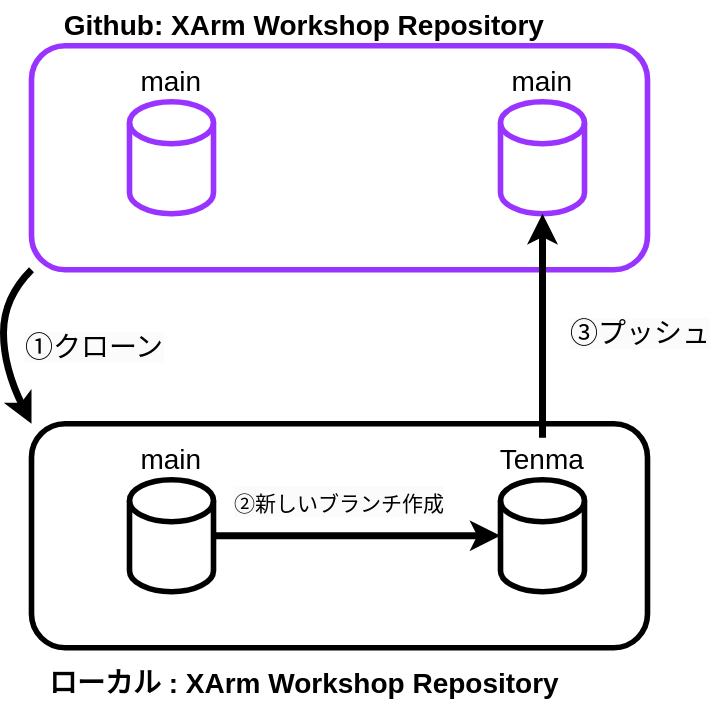
Above: assets/git_flow.svg in TenmaUchiyama/xArmWorkshop (draw.io), before the change. Source tidied: cells renumbered, new cells last; positions are measured from the earlier drawing's top-left corner, leaving out a move shared by most shapes.
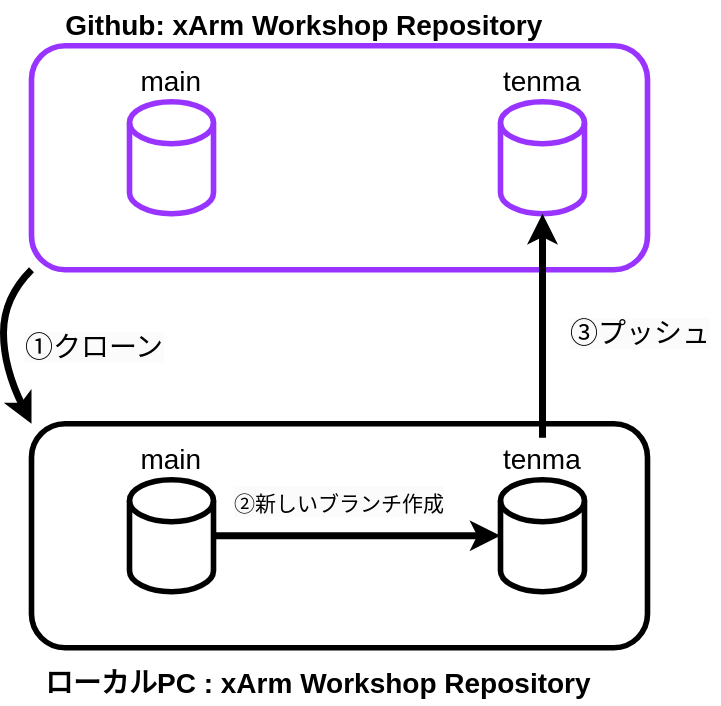
The same file after the commit.

What changed in the source:
```diff
@@ -5,7 +5,7 @@
     <mxCell id="2" style="rounded=1;whiteSpace=wrap;html=1;strokeWidth=4;strokeColor=#9933FF;gradientColor=none;fillColor=none;" parent="1" vertex="1">
       <mxGeometry x="20" y="30" width="440" height="160" as="geometry" />
     </mxCell>
-    <mxCell id="3" value="&lt;font style=&quot;font-size: 20px;&quot;&gt;&lt;b&gt;Github: XArm Workshop Repository&lt;/b&gt;&lt;/font&gt;" style="text;html=1;strokeColor=none;fillColor=none;align=center;verticalAlign=middle;whiteSpace=wrap;rounded=0;strokeWidth=4;" parent="1" vertex="1">
+    <mxCell id="3" value="&lt;font style=&quot;font-size: 20px;&quot;&gt;&lt;b&gt;Github: xArm Workshop Repository&lt;/b&gt;&lt;/font&gt;" style="text;html=1;strokeColor=none;fillColor=none;align=center;verticalAlign=middle;whiteSpace=wrap;rounded=0;strokeWidth=4;" parent="1" vertex="1">
       <mxGeometry x="20" width="390" height="30" as="geometry" />
     </mxCell>
     <mxCell id="4" style="shape=cylinder3;whiteSpace=wrap;html=1;boundedLbl=1;backgroundOutline=1;size=15;strokeColor=#9933FF;strokeWidth=4;fontSize=20;fillColor=none;gradientColor=none;" parent="1" vertex="1">
@@ -17,8 +17,8 @@
     <mxCell id="6" style="rounded=1;whiteSpace=wrap;html=1;strokeWidth=4;strokeColor=#000000;gradientColor=none;fillColor=none;" parent="1" vertex="1">
       <mxGeometry x="20" y="300" width="440" height="160" as="geometry" />
     </mxCell>
-    <mxCell id="7" value="&lt;font style=&quot;font-size: 20px;&quot;&gt;&lt;b&gt;ローカル : XArm Workshop Repository&lt;/b&gt;&lt;/font&gt;" style="text;html=1;strokeColor=none;fillColor=none;align=center;verticalAlign=middle;whiteSpace=wrap;rounded=0;strokeWidth=4;" parent="1" vertex="1">
-      <mxGeometry x="20" y="470" width="390" height="30" as="geometry" />
+    <mxCell id="7" value="&lt;font style=&quot;font-size: 20px;&quot;&gt;&lt;b&gt;ローカルPC : xArm Workshop Repository&lt;/b&gt;&lt;/font&gt;" style="text;html=1;strokeColor=none;fillColor=none;align=center;verticalAlign=middle;whiteSpace=wrap;rounded=0;strokeWidth=4;" parent="1" vertex="1">
+      <mxGeometry x="20" y="470" width="410" height="30" as="geometry" />
     </mxCell>
     <mxCell id="8" style="shape=cylinder3;whiteSpace=wrap;html=1;boundedLbl=1;backgroundOutline=1;size=15;strokeColor=#000000;strokeWidth=4;fontSize=20;fillColor=none;gradientColor=none;" parent="1" vertex="1">
       <mxGeometry x="90" y="340" width="60" height="80" as="geometry" />
@@ -43,7 +43,7 @@
     <mxCell id="13" style="endArrow=classic;html=1;strokeWidth=5;fontSize=20;exitX=1;exitY=0.5;exitDx=0;exitDy=0;exitPerimeter=0;entryX=0;entryY=0.5;entryDx=0;entryDy=0;entryPerimeter=0;" parent="1" edge="1" source="8" target="12">
       <mxGeometry relative="1" as="geometry" />
     </mxCell>
-    <mxCell id="14" value="Tenma" style="text;html=1;strokeColor=none;fillColor=none;align=center;verticalAlign=middle;whiteSpace=wrap;rounded=0;strokeWidth=4;fontSize=20;" parent="1" vertex="1">
+    <mxCell id="14" value="tenma" style="text;html=1;strokeColor=none;fillColor=none;align=center;verticalAlign=middle;whiteSpace=wrap;rounded=0;strokeWidth=4;fontSize=20;" parent="1" vertex="1">
       <mxGeometry x="355" y="310" width="60" height="30" as="geometry" />
     </mxCell>
     <mxCell id="15" value="&lt;span style=&quot;color: rgb(0, 0, 0); font-family: Helvetica; font-style: normal; font-variant-ligatures: normal; font-variant-caps: normal; font-weight: 400; letter-spacing: normal; orphans: 2; text-align: center; text-indent: 0px; text-transform: none; widows: 2; word-spacing: 0px; -webkit-text-stroke-width: 0px; background-color: rgb(251, 251, 251); text-decoration-thickness: initial; text-decoration-style: initial; text-decoration-color: initial; float: none; display: inline !important;&quot;&gt;&lt;font style=&quot;font-size: 15px;&quot;&gt;②新しいブランチ作成&lt;/font&gt;&lt;br&gt;&lt;/span&gt;" style="text;html=1;strokeColor=none;fillColor=none;align=center;verticalAlign=middle;whiteSpace=wrap;rounded=0;strokeWidth=7;fontSize=20;" parent="1" vertex="1">
@@ -52,7 +52,7 @@
     <mxCell id="16" style="shape=cylinder3;whiteSpace=wrap;html=1;boundedLbl=1;backgroundOutline=1;size=15;strokeColor=#9933FF;strokeWidth=4;fontSize=20;fillColor=none;gradientColor=none;" parent="1" vertex="1">
       <mxGeometry x="355" y="70" width="60" height="80" as="geometry" />
     </mxCell>
-    <mxCell id="17" value="main" style="text;html=1;strokeColor=none;fillColor=none;align=center;verticalAlign=middle;whiteSpace=wrap;rounded=0;strokeWidth=4;fontSize=20;" parent="1" vertex="1">
+    <mxCell id="17" value="tenma" style="text;html=1;strokeColor=none;fillColor=none;align=center;verticalAlign=middle;whiteSpace=wrap;rounded=0;strokeWidth=4;fontSize=20;" parent="1" vertex="1">
       <mxGeometry x="355" y="40" width="60" height="30" as="geometry" />
     </mxCell>
     <mxCell id="18" style="endArrow=classic;html=1;strokeWidth=5;fontSize=15;exitX=0.5;exitY=0;exitDx=0;exitDy=0;" parent="1" edge="1" source="14" target="16">
```
